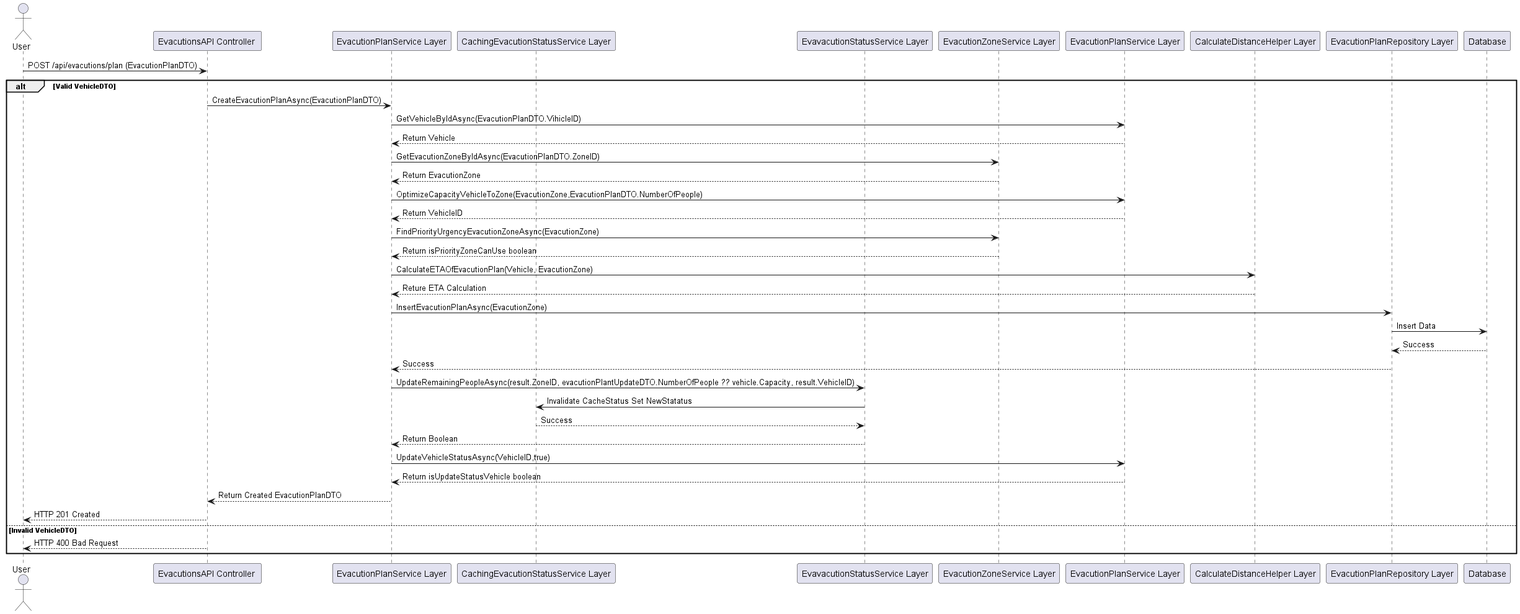
Earlier version of the PlantUML export images/create-plan.png (premwitthawas/ttss-example).
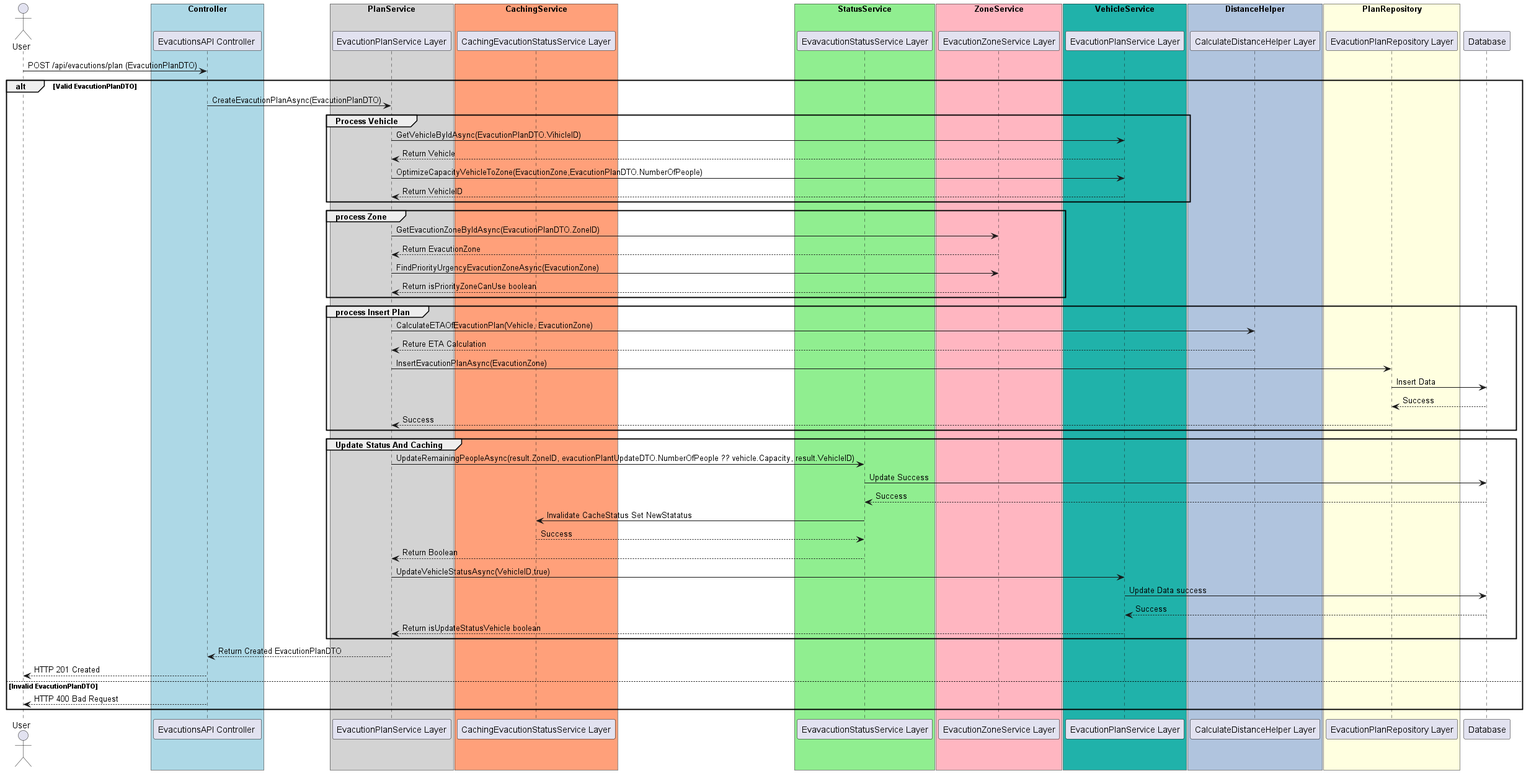
Above is the later version.

Change to the diagram source:
```diff
@@ -1,40 +1,68 @@
 @startuml
 actor User
+box "Controller" #LightBlue
 participant "EvacutionsAPI Controller " as API
+end box
+box "PlanService" #LightGray
 participant "EvacutionPlanService Layer" as ServicePlan
+end box
+box "CachingService" #LightSalmon
 participant "CachingEvacutionStatusService Layer" as ServiceCache
+end box
+box "StatusService" #LightGreen
 participant "EvavacutionStatusService Layer" as ServiceStatus
+end box
+box "ZoneService" #LightPink
 participant "EvacutionZoneService Layer" as ServiceZone
+end box
+box "VehicleService" #LightSeaGreen
 participant "EvacutionPlanService Layer" as ServiceVehicle
+end box
+box "DistanceHelper" #LightSteelBlue
 participant "CalculateDistanceHelper Layer" as Helper
+end box
+box "PlanRepository" #LightYellow
 participant "EvacutionPlanRepository Layer" as RepoPlan
+end box
 participant Database
 User -> API : POST /api/evacutions/plan (EvacutionPlanDTO)
-alt Valid VehicleDTO
+alt Valid EvacutionPlanDTO
     API -> ServicePlan : CreateEvacutionPlanAsync(EvacutionPlanDTO)
+    group Process Vehicle
     ServicePlan -> ServiceVehicle : GetVehicleByIdAsync(EvacutionPlanDTO.VihicleID)
     ServiceVehicle --> ServicePlan : Return Vehicle
+    ServicePlan -> ServiceVehicle: OptimizeCapacityVehicleToZone(EvacutionZone,EvacutionPlanDTO.NumberOfPeople)
+    ServiceVehicle --> ServicePlan : Return VehicleID
+    end group
+    group process Zone
     ServicePlan -> ServiceZone : GetEvacutionZoneByIdAsync(EvacutionPlanDTO.ZoneID)
     ServiceZone --> ServicePlan : Return EvacutionZone
-    ServicePlan -> ServiceVehicle: OptimizeCapacityVehicleToZone(EvacutionZone,EvacutionPlanDTO.NumberOfPeople)
-    ServiceVehicle --> ServicePlan : Return VehicleID
     ServicePlan -> ServiceZone : FindPriorityUrgencyEvacutionZoneAsync(EvacutionZone)
     ServiceZone --> ServicePlan : Return isPriorityZoneCanUse boolean
+    end group
+    group process Insert Plan
     ServicePlan -> Helper : CalculateETAOfEvacutionPlan(Vehicle, EvacutionZone)
     Helper -->  ServicePlan: Reture ETA Calculation
     ServicePlan -> RepoPlan : InsertEvacutionPlanAsync(EvacutionZone)
     RepoPlan -> Database : Insert Data
     Database --> RepoPlan : Success
     RepoPlan --> ServicePlan : Success
-   ServicePlan -> ServiceStatus : UpdateRemainingPeopleAsync(result.ZoneID, evacutionPlantUpdateDTO.NumberOfPeople ?? vehicle.Capacity, result.VehicleID)
+    end group
+    group Update Status And Caching
+    ServicePlan -> ServiceStatus : UpdateRemainingPeopleAsync(result.ZoneID, evacutionPlantUpdateDTO.NumberOfPeople ?? vehicle.Capacity, result.VehicleID)
+    ServiceStatus -> Database: Update Success
+    Database --> ServiceStatus: Success
     ServiceStatus -> ServiceCache : Invalidate CacheStatus Set NewStatatus
     ServiceCache --> ServiceStatus: Success
     ServiceStatus --> ServicePlan: Return Boolean
     ServicePlan -> ServiceVehicle: UpdateVehicleStatusAsync(VehicleID,true)
+    ServiceVehicle -> Database : Update Data success
+    Database --> ServiceVehicle: Success
     ServiceVehicle --> ServicePlan : Return isUpdateStatusVehicle boolean
+    end group
     ServicePlan --> API : Return Created EvacutionPlanDTO
     API --> User : HTTP 201 Created
-else Invalid VehicleDTO
+else Invalid EvacutionPlanDTO
     API --> User : HTTP 400 Bad Request
 end
 @enduml
```
